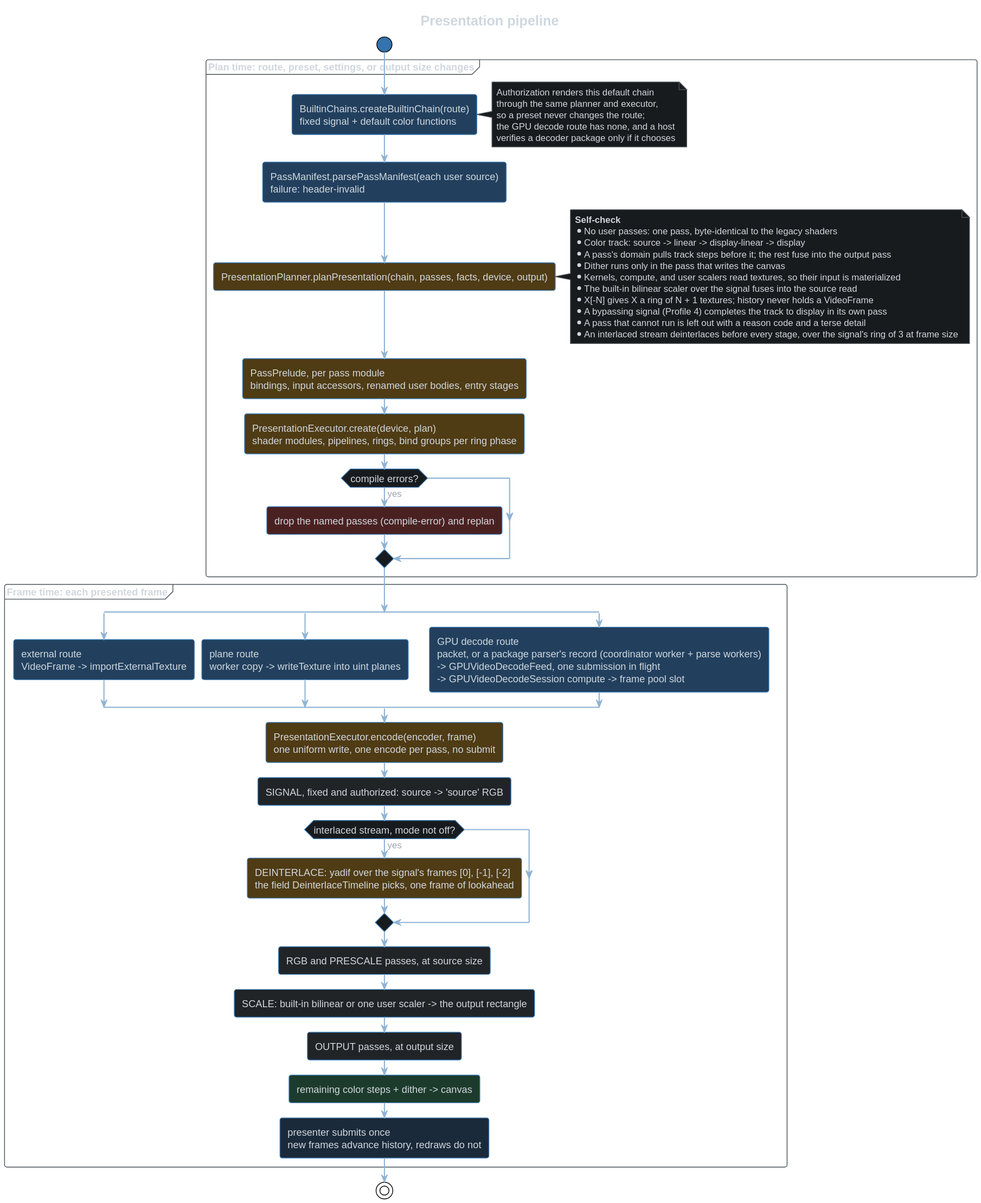
Before: docs/src/diagrams/presentation-pipeline.dark.svg, a diagram exported from PlantUML (alchemyyy/WebGPU-Player).
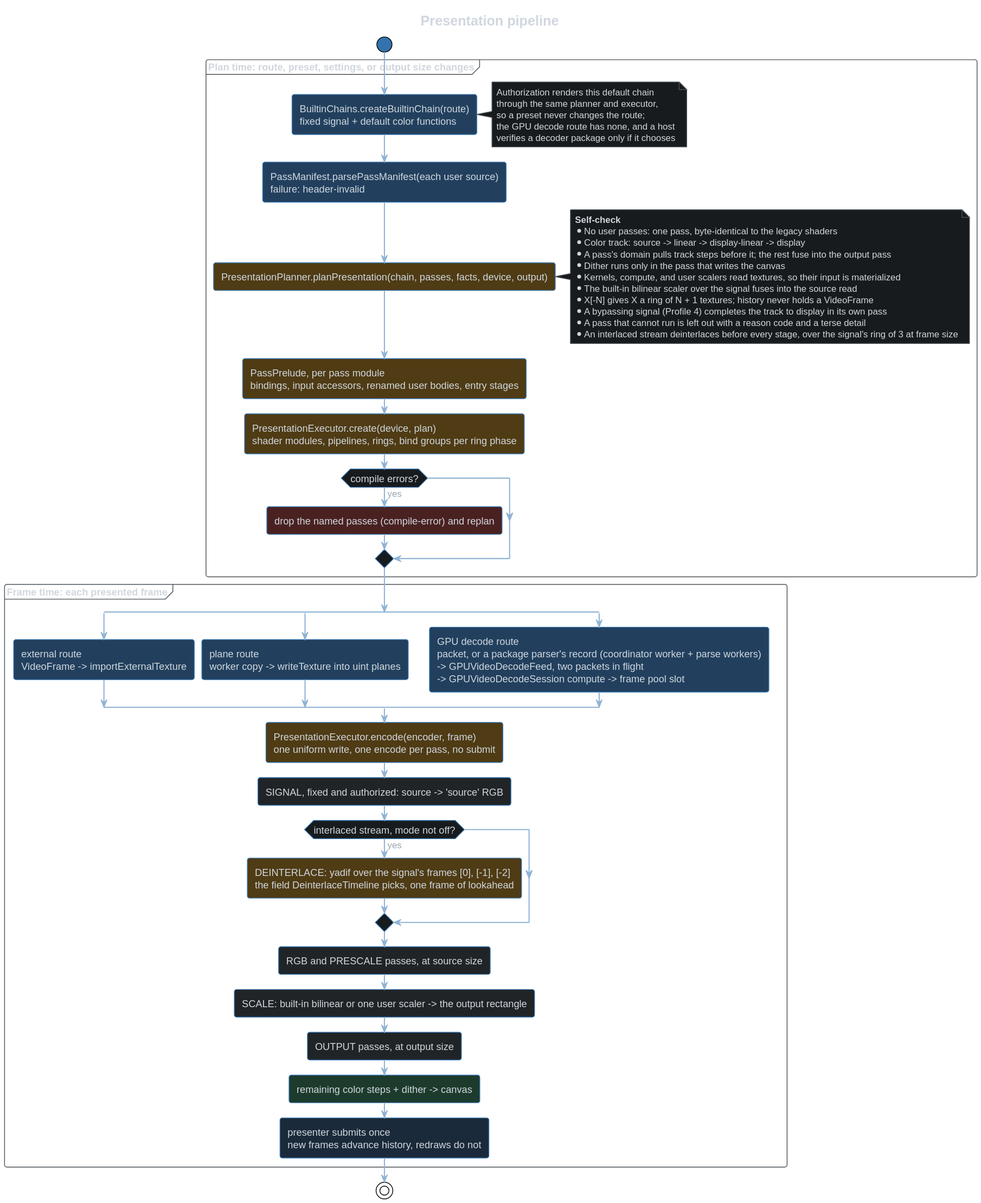
The same file after the commit.

What changed in the source:
```diff
@@ -49,7 +49,7 @@
     split again
         :GPU decode route
         packet, or a package parser's record (coordinator worker + parse workers)
-        -> GPUVideoDecodeFeed, one submission in flight
+        -> GPUVideoDecodeFeed, two packets in flight
         -> GPUVideoDecodeSession compute -> frame pool slot; <<$HL_BLUE>>
     end split
     :PresentationExecutor.encode(encoder, frame)
```
